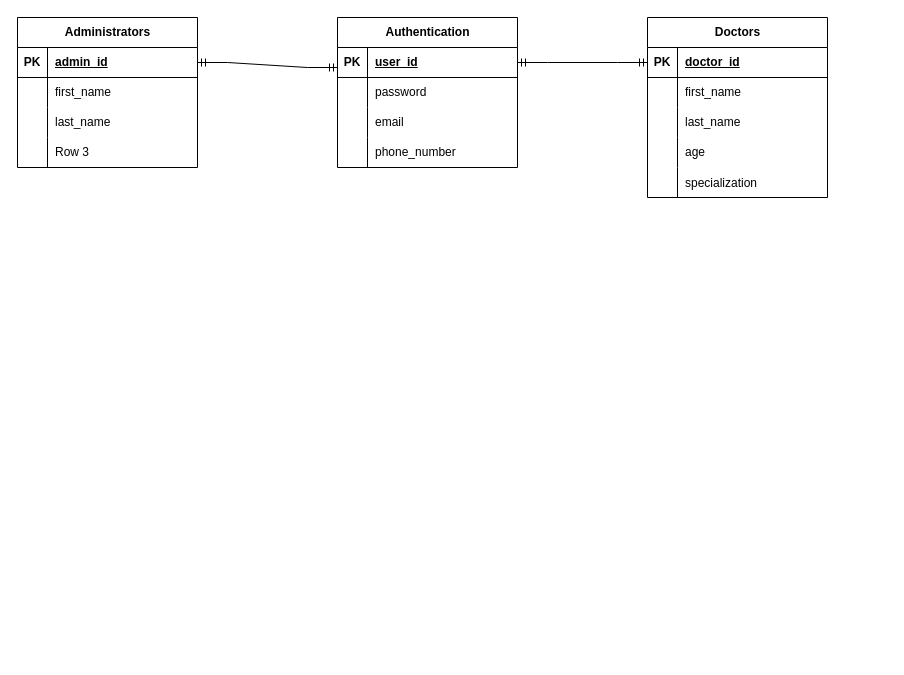
The draw.io diagram backend/SQL/healthcare_backend.drawio in StatShibe/Healthcare_Analytics, before the edit. Source tidied: cells renumbered, new cells numbered last; positions are measured from the earlier drawing's top-left corner, leaving out a move shared by most shapes. Both pictures are drawn from the tidied source at 100%, with x=0, y=0 at pixel (-83, 17).
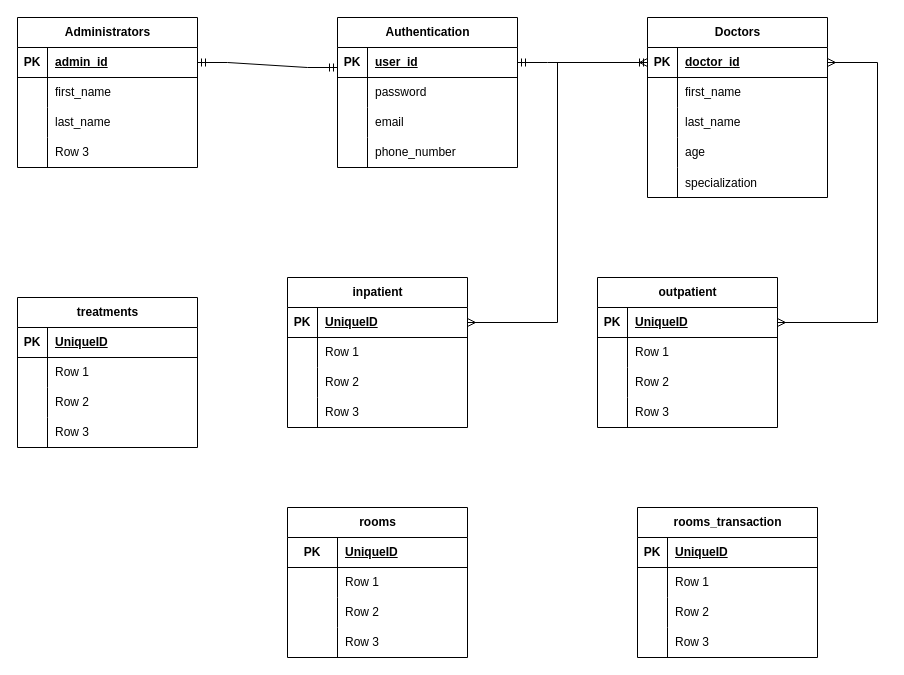
The same diagram, later.

Commit message (it also covers changes not shown here):
changing schema

Unchanged cells that the change refers to:
```xml
<mxCell id="3" style="shape=tableRow;horizontal=0;startSize=0;swimlaneHead=0;swimlaneBody=0;fillColor=none;points=[[0,0.5],[1,0.5]];portConstraint=eastwest;top=0;left=0;right=0;bottom=1;" parent="2" vertex="1">
  <mxGeometry y="30" width="180" height="30" as="geometry" />
</mxCell>
```

Change to the diagram source:
```diff
@@
+    <mxCell id="46" value="&lt;span style=&quot;background-color: initial;&quot;&gt;inpatient&lt;/span&gt;" style="shape=table;startSize=30;childLayout=tableLayout;rowLines=0;fontStyle=1;align=center;html=1;" parent="1" vertex="1">
+      <mxGeometry x="370" y="260" width="180" height="150" as="geometry" />
+    </mxCell>
+    <mxCell id="47" style="shape=tableRow;horizontal=0;startSize=0;swimlaneHead=0;swimlaneBody=0;fillColor=none;points=[[0,0.5],[1,0.5]];portConstraint=eastwest;top=0;left=0;right=0;bottom=1;" parent="46" vertex="1">
+      <mxGeometry y="30" width="180" height="30" as="geometry" />
+    </mxCell>
+    <mxCell id="48" value="PK" style="shape=partialRectangle;fillColor=none;top=0;left=0;bottom=0;right=0;fontStyle=1;overflow=hidden;whiteSpace=wrap;html=1;" parent="47" vertex="1">
+      <mxGeometry width="30" height="30" as="geometry" />
+    </mxCell>
+    <mxCell id="49" value="UniqueID" style="shape=partialRectangle;fillColor=none;top=0;left=0;bottom=0;right=0;align=left;spacingLeft=6;fontStyle=5;overflow=hidden;whiteSpace=wrap;html=1;" parent="47" vertex="1">
+      <mxGeometry x="30" width="150" height="30" as="geometry" />
+    </mxCell>
+    <mxCell id="50" style="shape=tableRow;horizontal=0;startSize=0;swimlaneHead=0;swimlaneBody=0;fillColor=none;top=0;left=0;right=0;bottom=0;" parent="46" vertex="1">
+      <mxGeometry y="60" width="180" height="30" as="geometry" />
+    </mxCell>
+    <mxCell id="51" style="shape=partialRectangle;fillColor=none;top=0;left=0;bottom=0;right=0;overflow=hidden;whiteSpace=wrap;html=1;" parent="50" vertex="1">
+      <mxGeometry width="30" height="30" as="geometry" />
+    </mxCell>
+    <mxCell id="52" value="Row 1" style="shape=partialRectangle;fillColor=none;top=0;left=0;bottom=0;right=0;align=left;spacingLeft=6;overflow=hidden;whiteSpace=wrap;html=1;" parent="50" vertex="1">
+      <mxGeometry x="30" width="150" height="30" as="geometry" />
+    </mxCell>
+    <mxCell id="53" style="shape=tableRow;horizontal=0;startSize=0;swimlaneHead=0;swimlaneBody=0;fillColor=none;top=0;left=0;right=0;bottom=0;" parent="46" vertex="1">
+      <mxGeometry y="90" width="180" height="30" as="geometry" />
+    </mxCell>
+    <mxCell id="54" style="shape=partialRectangle;fillColor=none;top=0;left=0;bottom=0;right=0;overflow=hidden;whiteSpace=wrap;html=1;" parent="53" vertex="1">
+      <mxGeometry width="30" height="30" as="geometry" />
+    </mxCell>
+    <mxCell id="55" value="Row 2" style="shape=partialRectangle;fillColor=none;top=0;left=0;bottom=0;right=0;align=left;spacingLeft=6;overflow=hidden;whiteSpace=wrap;html=1;" parent="53" vertex="1">
+      <mxGeometry x="30" width="150" height="30" as="geometry" />
+    </mxCell>
+    <mxCell id="56" style="shape=tableRow;horizontal=0;startSize=0;swimlaneHead=0;swimlaneBody=0;fillColor=none;top=0;left=0;right=0;bottom=0;" parent="46" vertex="1">
+      <mxGeometry y="120" width="180" height="30" as="geometry" />
+    </mxCell>
+    <mxCell id="57" style="shape=partialRectangle;fillColor=none;top=0;left=0;bottom=0;right=0;overflow=hidden;whiteSpace=wrap;html=1;" parent="56" vertex="1">
+      <mxGeometry width="30" height="30" as="geometry" />
+    </mxCell>
+    <mxCell id="58" value="Row 3" style="shape=partialRectangle;fillColor=none;top=0;left=0;bottom=0;right=0;align=left;spacingLeft=6;overflow=hidden;whiteSpace=wrap;html=1;" parent="56" vertex="1">
+      <mxGeometry x="30" width="150" height="30" as="geometry" />
+    </mxCell>
+    <mxCell id="59" value="outpatient" style="shape=table;startSize=30;childLayout=tableLayout;rowLines=0;fontStyle=1;align=center;html=1;" parent="1" vertex="1">
+      <mxGeometry x="680" y="260" width="180" height="150" as="geometry" />
+    </mxCell>
+    <mxCell id="60" style="shape=tableRow;horizontal=0;startSize=0;swimlaneHead=0;swimlaneBody=0;fillColor=none;points=[[0,0.5],[1,0.5]];portConstraint=eastwest;top=0;left=0;right=0;bottom=1;" parent="59" vertex="1">
+      <mxGeometry y="30" width="180" height="30" as="geometry" />
+    </mxCell>
+    <mxCell id="61" value="PK" style="shape=partialRectangle;fillColor=none;top=0;left=0;bottom=0;right=0;fontStyle=1;overflow=hidden;whiteSpace=wrap;html=1;" parent="60" vertex="1">
+      <mxGeometry width="30" height="30" as="geometry" />
+    </mxCell>
+    <mxCell id="62" value="UniqueID" style="shape=partialRectangle;fillColor=none;top=0;left=0;bottom=0;right=0;align=left;spacingLeft=6;fontStyle=5;overflow=hidden;whiteSpace=wrap;html=1;" parent="60" vertex="1">
+      <mxGeometry x="30" width="150" height="30" as="geometry" />
+    </mxCell>
+    <mxCell id="63" style="shape=tableRow;horizontal=0;startSize=0;swimlaneHead=0;swimlaneBody=0;fillColor=none;top=0;left=0;right=0;bottom=0;" parent="59" vertex="1">
+      <mxGeometry y="60" width="180" height="30" as="geometry" />
+    </mxCell>
+    <mxCell id="64" style="shape=partialRectangle;fillColor=none;top=0;left=0;bottom=0;right=0;overflow=hidden;whiteSpace=wrap;html=1;" parent="63" vertex="1">
+      <mxGeometry width="30" height="30" as="geometry" />
+    </mxCell>
+    <mxCell id="65" value="Row 1" style="shape=partialRectangle;fillColor=none;top=0;left=0;bottom=0;right=0;align=left;spacingLeft=6;overflow=hidden;whiteSpace=wrap;html=1;" parent="63" vertex="1">
+      <mxGeometry x="30" width="150" height="30" as="geometry" />
+    </mxCell>
+    <mxCell id="66" style="shape=tableRow;horizontal=0;startSize=0;swimlaneHead=0;swimlaneBody=0;fillColor=none;top=0;left=0;right=0;bottom=0;" parent="59" vertex="1">
+      <mxGeometry y="90" width="180" height="30" as="geometry" />
+    </mxCell>
+    <mxCell id="67" style="shape=partialRectangle;fillColor=none;top=0;left=0;bottom=0;right=0;overflow=hidden;whiteSpace=wrap;html=1;" parent="66" vertex="1">
+      <mxGeometry width="30" height="30" as="geometry" />
+    </mxCell>
+    <mxCell id="68" value="Row 2" style="shape=partialRectangle;fillColor=none;top=0;left=0;bottom=0;right=0;align=left;spacingLeft=6;overflow=hidden;whiteSpace=wrap;html=1;" parent="66" vertex="1">
+      <mxGeometry x="30" width="150" height="30" as="geometry" />
+    </mxCell>
+    <mxCell id="69" style="shape=tableRow;horizontal=0;startSize=0;swimlaneHead=0;swimlaneBody=0;fillColor=none;top=0;left=0;right=0;bottom=0;" parent="59" vertex="1">
+      <mxGeometry y="120" width="180" height="30" as="geometry" />
+    </mxCell>
+    <mxCell id="70" style="shape=partialRectangle;fillColor=none;top=0;left=0;bottom=0;right=0;overflow=hidden;whiteSpace=wrap;html=1;" parent="69" vertex="1">
+      <mxGeometry width="30" height="30" as="geometry" />
+    </mxCell>
+    <mxCell id="71" value="Row 3" style="shape=partialRectangle;fillColor=none;top=0;left=0;bottom=0;right=0;align=left;spacingLeft=6;overflow=hidden;whiteSpace=wrap;html=1;" parent="69" vertex="1">
+      <mxGeometry x="30" width="150" height="30" as="geometry" />
+    </mxCell>
+    <mxCell id="72" value="treatments" style="shape=table;startSize=30;childLayout=tableLayout;rowLines=0;fontStyle=1;align=center;html=1;" parent="1" vertex="1">
+      <mxGeometry x="100" y="280" width="180" height="150" as="geometry" />
+    </mxCell>
+    <mxCell id="73" style="shape=tableRow;horizontal=0;startSize=0;swimlaneHead=0;swimlaneBody=0;fillColor=none;top=0;left=0;right=0;bottom=1;" parent="72" vertex="1">
+      <mxGeometry y="30" width="180" height="30" as="geometry" />
+    </mxCell>
+    <mxCell id="74" value="PK" style="shape=partialRectangle;fillColor=none;top=0;left=0;bottom=0;right=0;fontStyle=1;overflow=hidden;whiteSpace=wrap;html=1;" parent="73" vertex="1">
+      <mxGeometry width="30" height="30" as="geometry" />
+    </mxCell>
+    <mxCell id="75" value="UniqueID" style="shape=partialRectangle;fillColor=none;top=0;left=0;bottom=0;right=0;align=left;spacingLeft=6;fontStyle=5;overflow=hidden;whiteSpace=wrap;html=1;" parent="73" vertex="1">
+      <mxGeometry x="30" width="150" height="30" as="geometry" />
+    </mxCell>
+    <mxCell id="76" style="shape=tableRow;horizontal=0;startSize=0;swimlaneHead=0;swimlaneBody=0;fillColor=none;top=0;left=0;right=0;bottom=0;" parent="72" vertex="1">
+      <mxGeometry y="60" width="180" height="30" as="geometry" />
+    </mxCell>
+    <mxCell id="77" style="shape=partialRectangle;fillColor=none;top=0;left=0;bottom=0;right=0;overflow=hidden;whiteSpace=wrap;html=1;" parent="76" vertex="1">
+      <mxGeometry width="30" height="30" as="geometry" />
+    </mxCell>
+    <mxCell id="78" value="Row 1" style="shape=partialRectangle;fillColor=none;top=0;left=0;bottom=0;right=0;align=left;spacingLeft=6;overflow=hidden;whiteSpace=wrap;html=1;" parent="76" vertex="1">
+      <mxGeometry x="30" width="150" height="30" as="geometry" />
+    </mxCell>
+    <mxCell id="79" style="shape=tableRow;horizontal=0;startSize=0;swimlaneHead=0;swimlaneBody=0;fillColor=none;top=0;left=0;right=0;bottom=0;" parent="72" vertex="1">
+      <mxGeometry y="90" width="180" height="30" as="geometry" />
+    </mxCell>
+    <mxCell id="80" style="shape=partialRectangle;fillColor=none;top=0;left=0;bottom=0;right=0;overflow=hidden;whiteSpace=wrap;html=1;" parent="79" vertex="1">
+      <mxGeometry width="30" height="30" as="geometry" />
+    </mxCell>
+    <mxCell id="81" value="Row 2" style="shape=partialRectangle;fillColor=none;top=0;left=0;bottom=0;right=0;align=left;spacingLeft=6;overflow=hidden;whiteSpace=wrap;html=1;" parent="79" vertex="1">
+      <mxGeometry x="30" width="150" height="30" as="geometry" />
+    </mxCell>
+    <mxCell id="82" style="shape=tableRow;horizontal=0;startSize=0;swimlaneHead=0;swimlaneBody=0;fillColor=none;top=0;left=0;right=0;bottom=0;" parent="72" vertex="1">
+      <mxGeometry y="120" width="180" height="30" as="geometry" />
+    </mxCell>
+    <mxCell id="83" style="shape=partialRectangle;fillColor=none;top=0;left=0;bottom=0;right=0;overflow=hidden;whiteSpace=wrap;html=1;" parent="82" vertex="1">
+      <mxGeometry width="30" height="30" as="geometry" />
+    </mxCell>
+    <mxCell id="84" value="Row 3" style="shape=partialRectangle;fillColor=none;top=0;left=0;bottom=0;right=0;align=left;spacingLeft=6;overflow=hidden;whiteSpace=wrap;html=1;" parent="82" vertex="1">
+      <mxGeometry x="30" width="150" height="30" as="geometry" />
+    </mxCell>
+    <mxCell id="85" value="rooms" style="shape=table;startSize=30;childLayout=tableLayout;rowLines=0;fontStyle=1;align=center;html=1;" parent="1" vertex="1">
+      <mxGeometry x="370" y="490" width="180" height="150" as="geometry" />
+    </mxCell>
+    <mxCell id="86" style="shape=tableRow;horizontal=0;startSize=0;swimlaneHead=0;swimlaneBody=0;fillColor=none;top=0;left=0;right=0;bottom=1;" parent="85" vertex="1">
+      <mxGeometry y="30" width="180" height="30" as="geometry" />
+    </mxCell>
+    <mxCell id="87" value="PK" style="shape=partialRectangle;fillColor=none;top=0;left=0;bottom=0;right=0;fontStyle=1;overflow=hidden;whiteSpace=wrap;html=1;" parent="86" vertex="1">
+      <mxGeometry width="50" height="30" as="geometry" />
+    </mxCell>
+    <mxCell id="88" value="UniqueID" style="shape=partialRectangle;fillColor=none;top=0;left=0;bottom=0;right=0;align=left;spacingLeft=6;fontStyle=5;overflow=hidden;whiteSpace=wrap;html=1;" parent="86" vertex="1">
+      <mxGeometry x="50" width="130" height="30" as="geometry" />
+    </mxCell>
+    <mxCell id="89" style="shape=tableRow;horizontal=0;startSize=0;swimlaneHead=0;swimlaneBody=0;fillColor=none;top=0;left=0;right=0;bottom=0;" parent="85" vertex="1">
+      <mxGeometry y="60" width="180" height="30" as="geometry" />
+    </mxCell>
+    <mxCell id="90" style="shape=partialRectangle;fillColor=none;top=0;left=0;bottom=0;right=0;overflow=hidden;whiteSpace=wrap;html=1;" parent="89" vertex="1">
+      <mxGeometry width="50" height="30" as="geometry" />
+    </mxCell>
+    <mxCell id="91" value="Row 1" style="shape=partialRectangle;fillColor=none;top=0;left=0;bottom=0;right=0;align=left;spacingLeft=6;overflow=hidden;whiteSpace=wrap;html=1;" parent="89" vertex="1">
+      <mxGeometry x="50" width="130" height="30" as="geometry" />
+    </mxCell>
+    <mxCell id="92" style="shape=tableRow;horizontal=0;startSize=0;swimlaneHead=0;swimlaneBody=0;fillColor=none;top=0;left=0;right=0;bottom=0;" parent="85" vertex="1">
+      <mxGeometry y="90" width="180" height="30" as="geometry" />
+    </mxCell>
+    <mxCell id="93" style="shape=partialRectangle;fillColor=none;top=0;left=0;bottom=0;right=0;overflow=hidden;whiteSpace=wrap;html=1;" parent="92" vertex="1">
+      <mxGeometry width="50" height="30" as="geometry" />
+    </mxCell>
+    <mxCell id="94" value="Row 2" style="shape=partialRectangle;fillColor=none;top=0;left=0;bottom=0;right=0;align=left;spacingLeft=6;overflow=hidden;whiteSpace=wrap;html=1;" parent="92" vertex="1">
+      <mxGeometry x="50" width="130" height="30" as="geometry" />
+    </mxCell>
+    <mxCell id="95" style="shape=tableRow;horizontal=0;startSize=0;swimlaneHead=0;swimlaneBody=0;fillColor=none;top=0;left=0;right=0;bottom=0;" parent="85" vertex="1">
+      <mxGeometry y="120" width="180" height="30" as="geometry" />
+    </mxCell>
+    <mxCell id="96" style="shape=partialRectangle;fillColor=none;top=0;left=0;bottom=0;right=0;overflow=hidden;whiteSpace=wrap;html=1;" parent="95" vertex="1">
+      <mxGeometry width="50" height="30" as="geometry" />
+    </mxCell>
+    <mxCell id="97" value="Row 3" style="shape=partialRectangle;fillColor=none;top=0;left=0;bottom=0;right=0;align=left;spacingLeft=6;overflow=hidden;whiteSpace=wrap;html=1;" parent="95" vertex="1">
+      <mxGeometry x="50" width="130" height="30" as="geometry" />
+    </mxCell>
+    <mxCell id="98" value="rooms_transaction" style="shape=table;startSize=30;childLayout=tableLayout;rowLines=0;fontStyle=1;align=center;html=1;" parent="1" vertex="1">
+      <mxGeometry x="720" y="490" width="180" height="150" as="geometry" />
+    </mxCell>
+    <mxCell id="99" style="shape=tableRow;horizontal=0;startSize=0;swimlaneHead=0;swimlaneBody=0;fillColor=none;top=0;left=0;right=0;bottom=1;" parent="98" vertex="1">
+      <mxGeometry y="30" width="180" height="30" as="geometry" />
+    </mxCell>
+    <mxCell id="100" value="PK" style="shape=partialRectangle;fillColor=none;top=0;left=0;bottom=0;right=0;fontStyle=1;overflow=hidden;whiteSpace=wrap;html=1;" parent="99" vertex="1">
+      <mxGeometry width="30" height="30" as="geometry" />
+    </mxCell>
+    <mxCell id="101" value="UniqueID" style="shape=partialRectangle;fillColor=none;top=0;left=0;bottom=0;right=0;align=left;spacingLeft=6;fontStyle=5;overflow=hidden;whiteSpace=wrap;html=1;" parent="99" vertex="1">
+      <mxGeometry x="30" width="150" height="30" as="geometry" />
+    </mxCell>
+    <mxCell id="102" style="shape=tableRow;horizontal=0;startSize=0;swimlaneHead=0;swimlaneBody=0;fillColor=none;top=0;left=0;right=0;bottom=0;" parent="98" vertex="1">
+      <mxGeometry y="60" width="180" height="30" as="geometry" />
+    </mxCell>
+    <mxCell id="103" style="shape=partialRectangle;fillColor=none;top=0;left=0;bottom=0;right=0;overflow=hidden;whiteSpace=wrap;html=1;" parent="102" vertex="1">
+      <mxGeometry width="30" height="30" as="geometry" />
+    </mxCell>
+    <mxCell id="104" value="Row 1" style="shape=partialRectangle;fillColor=none;top=0;left=0;bottom=0;right=0;align=left;spacingLeft=6;overflow=hidden;whiteSpace=wrap;html=1;" parent="102" vertex="1">
+      <mxGeometry x="30" width="150" height="30" as="geometry" />
+    </mxCell>
+    <mxCell id="105" style="shape=tableRow;horizontal=0;startSize=0;swimlaneHead=0;swimlaneBody=0;fillColor=none;top=0;left=0;right=0;bottom=0;" parent="98" vertex="1">
+      <mxGeometry y="90" width="180" height="30" as="geometry" />
+    </mxCell>
+    <mxCell id="106" style="shape=partialRectangle;fillColor=none;top=0;left=0;bottom=0;right=0;overflow=hidden;whiteSpace=wrap;html=1;" parent="105" vertex="1">
+      <mxGeometry width="30" height="30" as="geometry" />
+    </mxCell>
+    <mxCell id="107" value="Row 2" style="shape=partialRectangle;fillColor=none;top=0;left=0;bottom=0;right=0;align=left;spacingLeft=6;overflow=hidden;whiteSpace=wrap;html=1;" parent="105" vertex="1">
+      <mxGeometry x="30" width="150" height="30" as="geometry" />
+    </mxCell>
+    <mxCell id="108" style="shape=tableRow;horizontal=0;startSize=0;swimlaneHead=0;swimlaneBody=0;fillColor=none;top=0;left=0;right=0;bottom=0;" parent="98" vertex="1">
+      <mxGeometry y="120" width="180" height="30" as="geometry" />
+    </mxCell>
+    <mxCell id="109" style="shape=partialRectangle;fillColor=none;top=0;left=0;bottom=0;right=0;overflow=hidden;whiteSpace=wrap;html=1;" parent="108" vertex="1">
+      <mxGeometry width="30" height="30" as="geometry" />
+    </mxCell>
+    <mxCell id="110" value="Row 3" style="shape=partialRectangle;fillColor=none;top=0;left=0;bottom=0;right=0;align=left;spacingLeft=6;overflow=hidden;whiteSpace=wrap;html=1;" parent="108" vertex="1">
+      <mxGeometry x="30" width="150" height="30" as="geometry" />
+    </mxCell>
+    <mxCell id="111" style="edgeStyle=elbowEdgeStyle;fontSize=12;html=1;endArrow=ERmany;startArrow=ERmany;rounded=0;exitX=1;exitY=0.5;exitDx=0;exitDy=0;entryX=0;entryY=0.5;entryDx=0;entryDy=0;" parent="1" edge="1" source="47" target="3">
+      <mxGeometry relative="1" as="geometry" />
+    </mxCell>
+    <mxCell id="112" style="edgeStyle=elbowEdgeStyle;fontSize=12;html=1;endArrow=ERmany;startArrow=ERmany;rounded=0;exitX=1;exitY=0.5;exitDx=0;exitDy=0;entryX=1;entryY=0.5;entryDx=0;entryDy=0;" parent="1" edge="1" source="60" target="3">
+      <mxGeometry relative="1" as="geometry">
+        <Array as="points">
+          <mxPoint x="960" y="150" />
+        </Array>
+      </mxGeometry>
+    </mxCell>
```
